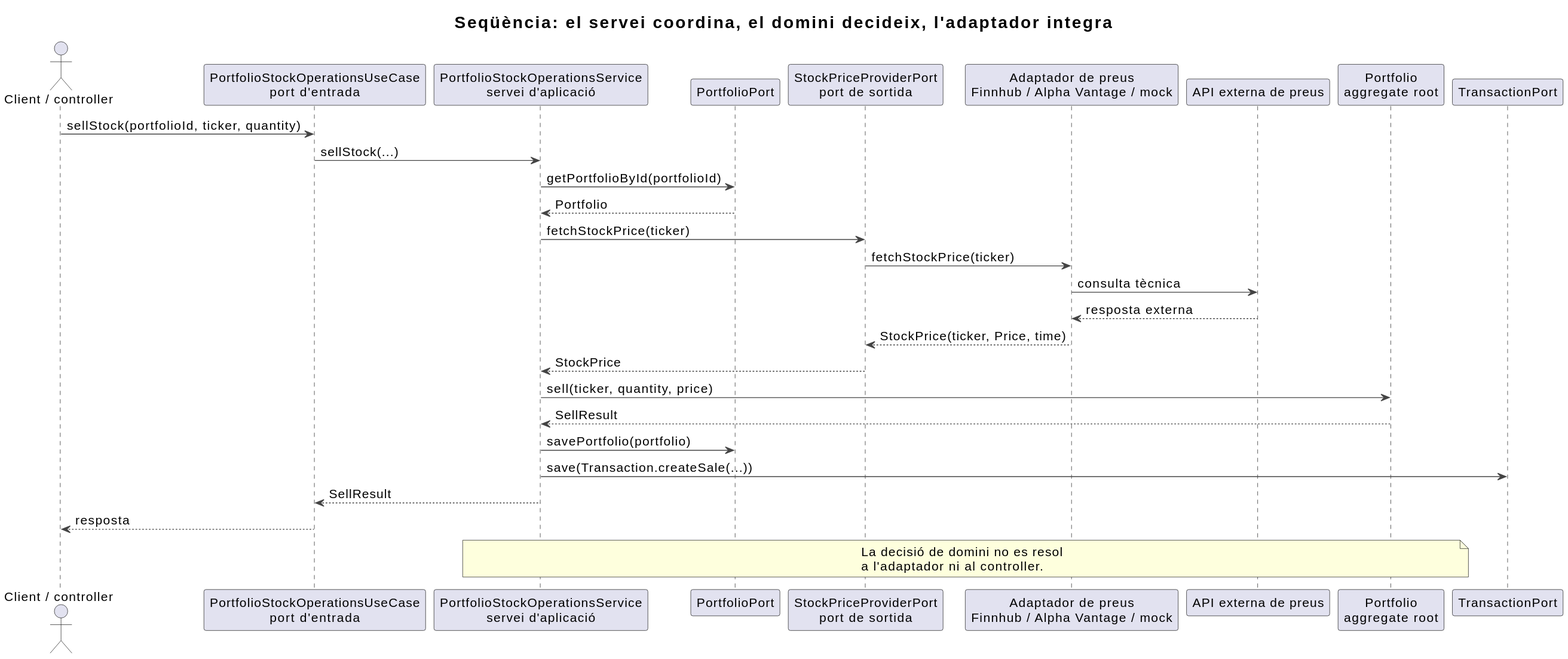
Earlier version of the PlantUML export doc/presentations/defensa-placa-permanent-dsi-ports-sortida-hexagonal/diagrams/rendered/sell-stock-sequence.svg (alfredorueda/HexaStock). Its diagram source:
```plantuml
@startuml
title Seqüència: el servei coordina, el domini decideix, l'adaptador integra

skinparam backgroundColor #FFFFFF
skinparam shadowing false
skinparam defaultFontName Arial
skinparam defaultFontSize 15
skinparam titleFontSize 20
skinparam ArrowColor #444444

actor "Client / controller" as Client
participant "PortfolioStockOperationsUseCase\nport d'entrada" as InPort
participant "PortfolioStockOperationsService\nservei d'aplicació" as Service
participant "PortfolioPort" as PortfolioPort
participant "StockPriceProviderPort\nport de sortida" as PricePort
participant "Adaptador de preus\nFinnhub / Alpha Vantage / mock" as Adapter
participant "API externa de preus" as ExternalApi
participant "Portfolio\naggregate root" as Portfolio
participant "TransactionPort" as TransactionPort

Client -> InPort : sellStock(portfolioId, ticker, quantity)
InPort -> Service : sellStock(...)
Service -> PortfolioPort : getPortfolioById(portfolioId)
PortfolioPort --> Service : Portfolio
Service -> PricePort : fetchStockPrice(ticker)
PricePort -> Adapter : fetchStockPrice(ticker)
Adapter -> ExternalApi : consulta tècnica
ExternalApi --> Adapter : resposta externa
Adapter --> PricePort : StockPrice(ticker, Price, time)
PricePort --> Service : StockPrice
Service -> Portfolio : sell(ticker, quantity, price)
Portfolio --> Service : SellResult
Service -> PortfolioPort : savePortfolio(portfolio)
Service -> TransactionPort : save(Transaction.createSale(...))
Service --> InPort : SellResult
InPort --> Client : resposta

note over Service,Portfolio
  La decisió de domini no es resol
  a l'adaptador ni al controller.
end note
@enduml
```
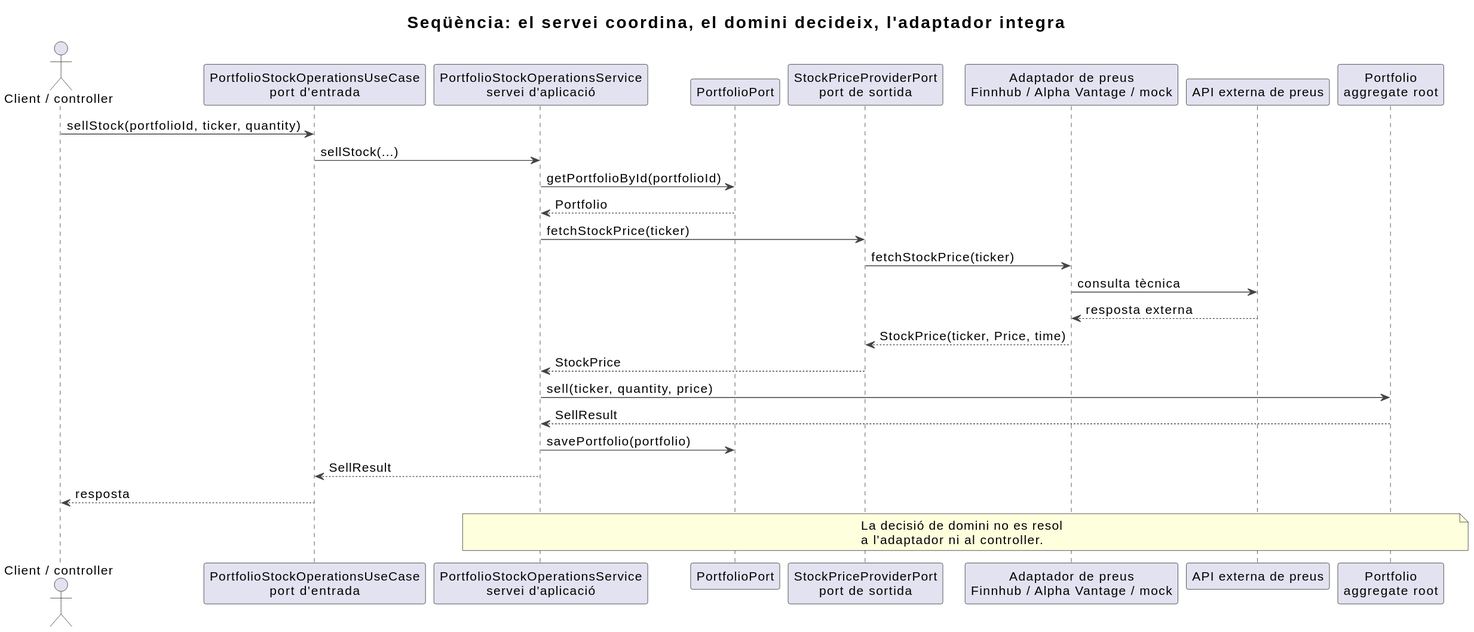
After the commit.

Change to the diagram source:
```diff
@@ -16,7 +16,6 @@
 participant "Adaptador de preus\nFinnhub / Alpha Vantage / mock" as Adapter
 participant "API externa de preus" as ExternalApi
 participant "Portfolio\naggregate root" as Portfolio
-participant "TransactionPort" as TransactionPort
 
 Client -> InPort : sellStock(portfolioId, ticker, quantity)
 InPort -> Service : sellStock(...)
@@ -31,7 +30,6 @@
 Service -> Portfolio : sell(ticker, quantity, price)
 Portfolio --> Service : SellResult
 Service -> PortfolioPort : savePortfolio(portfolio)
-Service -> TransactionPort : save(Transaction.createSale(...))
 Service --> InPort : SellResult
 InPort --> Client : resposta
 
```
